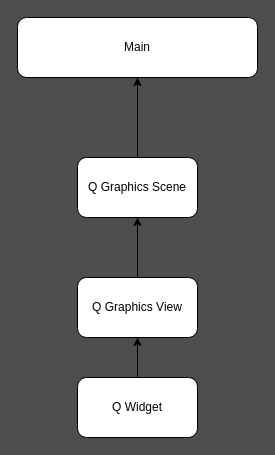
This is Vision Analysis and Design.drawio from Sheriff99yt/Vision_Visual_Scripting, a draw.io file, before an edit. Source tidied: cells renumbered, new cells numbered last; positions are measured from the earlier drawing's top-left corner, leaving out a move shared by most shapes. Both pictures are drawn from the tidied source at 100%, with x=0, y=0 at pixel (17, 17).
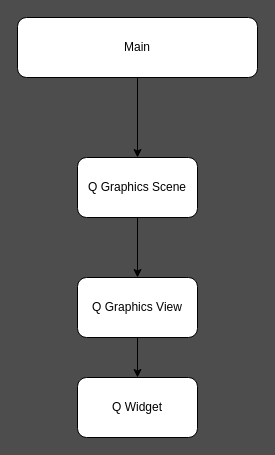
The same diagram, later.

What changed in the source:
```diff
@@
 <mxGraphModel background="#4D4D4D">
   <root>
     <mxCell id="0" />
     <mxCell id="1" parent="0" />
     <mxCell id="2" value="Main" style="rounded=1;whiteSpace=wrap;html=1;" parent="1" vertex="1">
       <mxGeometry width="240" height="60" as="geometry" />
     </mxCell>
-    <mxCell id="3" style="edgeStyle=orthogonalEdgeStyle;rounded=0;jettySize=auto;html=1;" parent="1" edge="1" source="4" target="6">
+    <mxCell id="3" style="edgeStyle=orthogonalEdgeStyle;rounded=0;jettySize=auto;html=1;shadow=0;startArrow=classic;startFill=1;endArrow=none;endFill=0;" parent="1" edge="1" source="4" target="6">
       <mxGeometry relative="1" as="geometry" />
     </mxCell>
     <mxCell id="4" value="Q Widget" style="rounded=1;whiteSpace=wrap;html=1;" parent="1" vertex="1">
       <mxGeometry x="60" y="360" width="120" height="60" as="geometry" />
     </mxCell>
-    <mxCell id="5" style="edgeStyle=orthogonalEdgeStyle;rounded=0;jettySize=auto;html=1;" parent="1" edge="1" source="6" target="8">
+    <mxCell id="5" style="edgeStyle=orthogonalEdgeStyle;rounded=0;jettySize=auto;html=1;shadow=0;startArrow=classic;startFill=1;endArrow=none;endFill=0;" parent="1" edge="1" source="6" target="8">
       <mxGeometry relative="1" as="geometry" />
     </mxCell>
     <mxCell id="6" value="Q Graphics View" style="whiteSpace=wrap;html=1;rounded=1;" parent="1" vertex="1">
       <mxGeometry x="60" y="260" width="120" height="60" as="geometry" />
     </mxCell>
-    <mxCell id="7" style="rounded=0;jettySize=auto;html=1;" parent="1" edge="1" source="8" target="2">
+    <mxCell id="7" style="rounded=0;jettySize=auto;html=1;shadow=0;startArrow=classic;startFill=1;endArrow=none;endFill=0;" parent="1" edge="1" source="8" target="2">
       <mxGeometry relative="1" as="geometry" />
     </mxCell>
     <mxCell id="8" value="Q Graphics Scene" style="whiteSpace=wrap;html=1;rounded=1;" parent="1" vertex="1">
       <mxGeometry x="60" y="140" width="120" height="60" as="geometry" />
     </mxCell>
   </root>
 </mxGraphModel>
```
